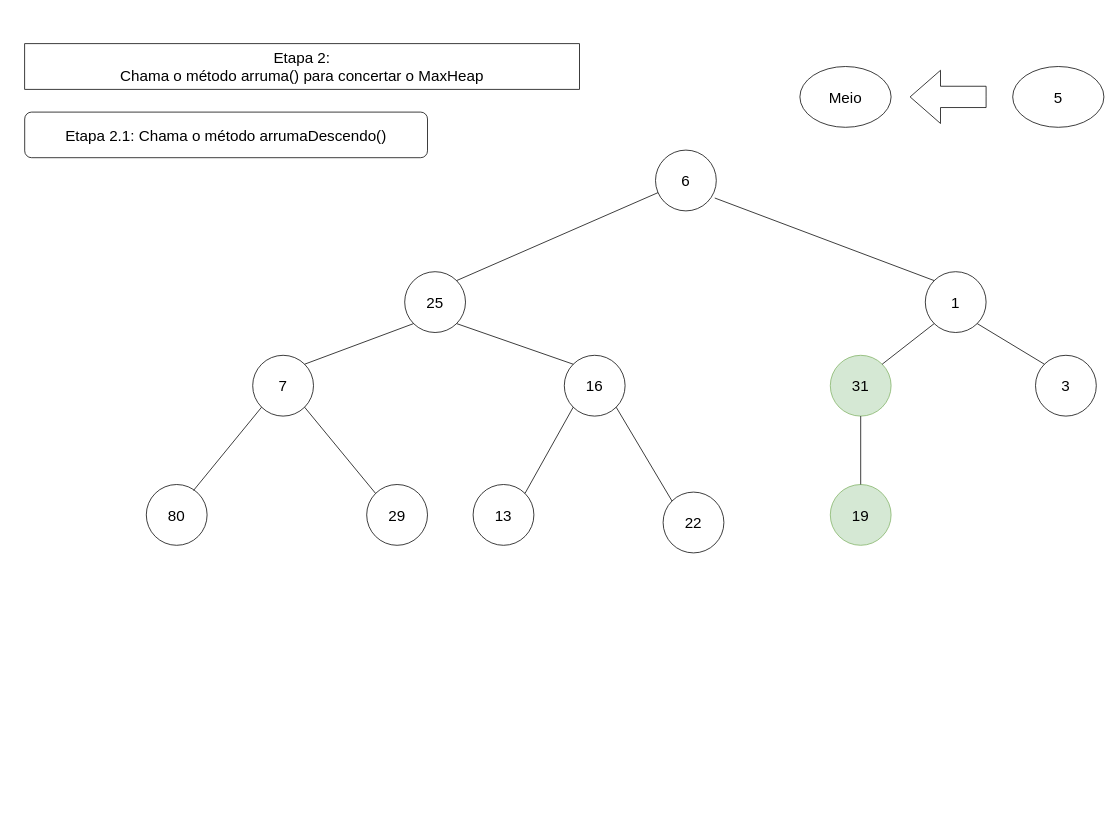
This is page "Etapa 3" (4 of 21) of Diagrama_Heap.drawio from Xang0/Diagramas-de-Estruturas-de-Dado, a draw.io file, before an edit. Source tidied: cells renumbered, new cells numbered last; positions are measured from the earlier drawing's top-left corner, leaving out a move shared by most shapes. Both pictures are drawn from the tidied source at 76%, with x=0, y=0 at pixel (24, 43).
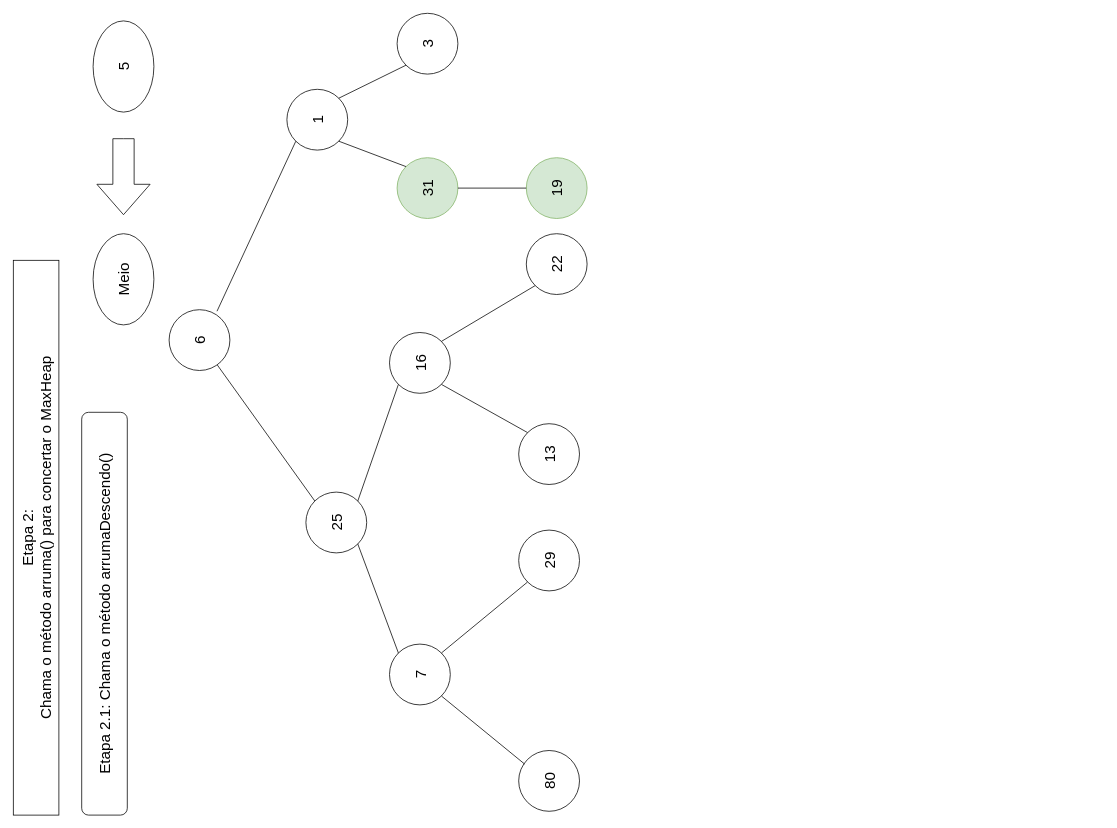
Above is the later version.

The edit, as a diff of the source:
```diff
@@
+    <mxCell id="25" value="&lt;font style=&quot;font-size: 20px;&quot;&gt;Etapa 2:&lt;br&gt;Chama o método arruma() para concertar o MaxHeap&lt;br&gt;&lt;/font&gt;" style="rounded=0;whiteSpace=wrap;html=1;rotation=-90;" parent="1" vertex="1">
+      <mxGeometry x="-350" y="620" width="730" height="60" as="geometry" />
+    </mxCell>
+    <mxCell id="26" value="&lt;font style=&quot;font-size: 20px;&quot;&gt;Etapa 2.1: Chama o método arrumaDescendo()&lt;br&gt;&lt;/font&gt;" style="rounded=1;whiteSpace=wrap;html=1;rotation=-90;" parent="1" vertex="1">
+      <mxGeometry x="-160" y="720" width="530" height="60" as="geometry" />
+    </mxCell>
+    <mxCell id="27" value="&lt;font style=&quot;font-size: 20px;&quot;&gt;Meio&lt;/font&gt;" style="ellipse;whiteSpace=wrap;html=1;rotation=-90;" parent="1" vertex="1">
+      <mxGeometry x="70" y="270" width="120" height="80" as="geometry" />
+    </mxCell>
+    <mxCell id="28" style="html=1;shadow=0;dashed=0;align=center;verticalAlign=middle;shape=mxgraph.arrows2.arrow;dy=0.6;dx=40;flipH=1;notch=0;rotation=-90;" parent="1" vertex="1">
+      <mxGeometry x="80" y="140" width="100" height="70" as="geometry" />
+    </mxCell>
+    <mxCell id="29" value="&lt;font style=&quot;font-size: 20px;&quot;&gt;5&lt;/font&gt;" style="ellipse;whiteSpace=wrap;html=1;rotation=-90;" parent="1" vertex="1">
+      <mxGeometry x="70" y="-10" width="120" height="80" as="geometry" />
+    </mxCell>
-    <mxCell id="2" value="&lt;font style=&quot;font-size: 20px;&quot;&gt;6&lt;/font&gt;" style="ellipse;whiteSpace=wrap;html=1;" parent="1" vertex="1">
-      <mxGeometry x="830" y="140" width="80" height="80" as="geometry" />
+    <mxCell id="2" value="&lt;font style=&quot;font-size: 20px;&quot;&gt;6&lt;/font&gt;" style="ellipse;whiteSpace=wrap;html=1;rotation=-90;" parent="1" vertex="1">
+      <mxGeometry x="190" y="350" width="80" height="80" as="geometry" />
     </mxCell>
-    <mxCell id="3" value="&lt;font style=&quot;font-size: 20px;&quot;&gt;25&lt;/font&gt;" style="ellipse;whiteSpace=wrap;html=1;" parent="1" vertex="1">
-      <mxGeometry x="500" y="300" width="80" height="80" as="geometry" />
+    <mxCell id="3" value="&lt;font style=&quot;font-size: 20px;&quot;&gt;25&lt;/font&gt;" style="ellipse;whiteSpace=wrap;html=1;rotation=-90;" parent="1" vertex="1">
+      <mxGeometry x="370" y="590" width="80" height="80" as="geometry" />
     </mxCell>
-    <mxCell id="4" value="&lt;font style=&quot;font-size: 20px;&quot;&gt;1&lt;/font&gt;" style="ellipse;whiteSpace=wrap;html=1;" parent="1" vertex="1">
-      <mxGeometry x="1185" y="300" width="80" height="80" as="geometry" />
+    <mxCell id="4" value="&lt;font style=&quot;font-size: 20px;&quot;&gt;1&lt;/font&gt;" style="ellipse;whiteSpace=wrap;html=1;rotation=-90;" parent="1" vertex="1">
+      <mxGeometry x="345" y="60" width="80" height="80" as="geometry" />
     </mxCell>
@@
-    <mxCell id="7" value="&lt;font style=&quot;font-size: 20px;&quot;&gt;7&lt;/font&gt;" style="ellipse;whiteSpace=wrap;html=1;" parent="1" vertex="1">
-      <mxGeometry x="300" y="410" width="80" height="80" as="geometry" />
+    <mxCell id="7" value="&lt;font style=&quot;font-size: 20px;&quot;&gt;7&lt;/font&gt;" style="ellipse;whiteSpace=wrap;html=1;rotation=-90;" parent="1" vertex="1">
+      <mxGeometry x="480" y="790" width="80" height="80" as="geometry" />
     </mxCell>
-    <mxCell id="8" value="&lt;font style=&quot;font-size: 20px;&quot;&gt;16&lt;/font&gt;" style="ellipse;whiteSpace=wrap;html=1;" parent="1" vertex="1">
-      <mxGeometry x="710" y="410" width="80" height="80" as="geometry" />
+    <mxCell id="8" value="&lt;font style=&quot;font-size: 20px;&quot;&gt;16&lt;/font&gt;" style="ellipse;whiteSpace=wrap;html=1;rotation=-90;" parent="1" vertex="1">
+      <mxGeometry x="480" y="380" width="80" height="80" as="geometry" />
     </mxCell>
@@
-    <mxCell id="11" value="&lt;font style=&quot;font-size: 20px;&quot;&gt;22&lt;/font&gt;" style="ellipse;whiteSpace=wrap;html=1;" parent="1" vertex="1">
-      <mxGeometry x="840" y="590" width="80" height="80" as="geometry" />
+    <mxCell id="11" value="&lt;font style=&quot;font-size: 20px;&quot;&gt;22&lt;/font&gt;" style="ellipse;whiteSpace=wrap;html=1;rotation=-90;" parent="1" vertex="1">
+      <mxGeometry x="660" y="250" width="80" height="80" as="geometry" />
     </mxCell>
-    <mxCell id="12" value="&lt;font style=&quot;font-size: 20px;&quot;&gt;13&lt;/font&gt;" style="ellipse;whiteSpace=wrap;html=1;" parent="1" vertex="1">
-      <mxGeometry x="590" y="580" width="80" height="80" as="geometry" />
+    <mxCell id="12" value="&lt;font style=&quot;font-size: 20px;&quot;&gt;13&lt;/font&gt;" style="ellipse;whiteSpace=wrap;html=1;rotation=-90;" parent="1" vertex="1">
+      <mxGeometry x="650" y="500" width="80" height="80" as="geometry" />
     </mxCell>
@@
-    <mxCell id="15" value="&lt;font style=&quot;font-size: 20px;&quot;&gt;29&lt;/font&gt;" style="ellipse;whiteSpace=wrap;html=1;" parent="1" vertex="1">
-      <mxGeometry x="450" y="580" width="80" height="80" as="geometry" />
+    <mxCell id="15" value="&lt;font style=&quot;font-size: 20px;&quot;&gt;29&lt;/font&gt;" style="ellipse;whiteSpace=wrap;html=1;rotation=-90;" parent="1" vertex="1">
+      <mxGeometry x="650" y="640" width="80" height="80" as="geometry" />
     </mxCell>
-    <mxCell id="16" value="&lt;font style=&quot;font-size: 20px;&quot;&gt;80&lt;/font&gt;" style="ellipse;whiteSpace=wrap;html=1;" parent="1" vertex="1">
-      <mxGeometry x="160" y="580" width="80" height="80" as="geometry" />
+    <mxCell id="16" value="&lt;font style=&quot;font-size: 20px;&quot;&gt;80&lt;/font&gt;" style="ellipse;whiteSpace=wrap;html=1;rotation=-90;" parent="1" vertex="1">
+      <mxGeometry x="650" y="930" width="80" height="80" as="geometry" />
     </mxCell>
@@
-    <mxCell id="19" value="&lt;font style=&quot;font-size: 20px;&quot;&gt;31&lt;/font&gt;" style="ellipse;whiteSpace=wrap;html=1;fillColor=#d5e8d4;strokeColor=#82b366;" parent="1" vertex="1">
-      <mxGeometry x="1060" y="410" width="80" height="80" as="geometry" />
+    <mxCell id="19" value="&lt;font style=&quot;font-size: 20px;&quot;&gt;31&lt;/font&gt;" style="ellipse;whiteSpace=wrap;html=1;fillColor=#d5e8d4;strokeColor=#82b366;rotation=-90;" parent="1" vertex="1">
+      <mxGeometry x="490" y="150" width="80" height="80" as="geometry" />
     </mxCell>
-    <mxCell id="20" value="&lt;font style=&quot;font-size: 20px;&quot;&gt;3&lt;/font&gt;" style="ellipse;whiteSpace=wrap;html=1;" parent="1" vertex="1">
-      <mxGeometry x="1330" y="410" width="80" height="80" as="geometry" />
+    <mxCell id="20" value="&lt;font style=&quot;font-size: 20px;&quot;&gt;3&lt;/font&gt;" style="ellipse;whiteSpace=wrap;html=1;rotation=-90;" parent="1" vertex="1">
+      <mxGeometry x="490" y="-40" width="80" height="80" as="geometry" />
     </mxCell>
@@
-    <mxCell id="23" value="&lt;font style=&quot;font-size: 20px;&quot;&gt;19&lt;/font&gt;" style="ellipse;whiteSpace=wrap;html=1;fillColor=#d5e8d4;strokeColor=#82b366;" parent="1" vertex="1">
-      <mxGeometry x="1060" y="580" width="80" height="80" as="geometry" />
+    <mxCell id="23" value="&lt;font style=&quot;font-size: 20px;&quot;&gt;19&lt;/font&gt;" style="ellipse;whiteSpace=wrap;html=1;fillColor=#d5e8d4;strokeColor=#82b366;rotation=-90;" parent="1" vertex="1">
+      <mxGeometry x="660" y="150" width="80" height="80" as="geometry" />
     </mxCell>
@@
-    <mxCell id="25" value="&lt;font style=&quot;font-size: 20px;&quot;&gt;Etapa 2:&lt;br&gt;Chama o método arruma() para concertar o MaxHeap&lt;br&gt;&lt;/font&gt;" style="rounded=0;whiteSpace=wrap;html=1;" parent="1" vertex="1">
-      <mxGeometry width="730" height="60" as="geometry" />
-    </mxCell>
-    <mxCell id="26" value="&lt;font style=&quot;font-size: 20px;&quot;&gt;Etapa 2.1: Chama o método arrumaDescendo()&lt;br&gt;&lt;/font&gt;" style="rounded=1;whiteSpace=wrap;html=1;" parent="1" vertex="1">
-      <mxGeometry y="90" width="530" height="60" as="geometry" />
-    </mxCell>
-    <mxCell id="27" value="&lt;font style=&quot;font-size: 20px;&quot;&gt;Meio&lt;/font&gt;" style="ellipse;whiteSpace=wrap;html=1;" parent="1" vertex="1">
-      <mxGeometry x="1020" y="30" width="120" height="80" as="geometry" />
-    </mxCell>
-    <mxCell id="28" style="html=1;shadow=0;dashed=0;align=center;verticalAlign=middle;shape=mxgraph.arrows2.arrow;dy=0.6;dx=40;flipH=1;notch=0;" parent="1" vertex="1">
-      <mxGeometry x="1165" y="35" width="100" height="70" as="geometry" />
-    </mxCell>
-    <mxCell id="29" value="&lt;font style=&quot;font-size: 20px;&quot;&gt;5&lt;/font&gt;" style="ellipse;whiteSpace=wrap;html=1;" parent="1" vertex="1">
-      <mxGeometry x="1300" y="30" width="120" height="80" as="geometry" />
-    </mxCell>
```
